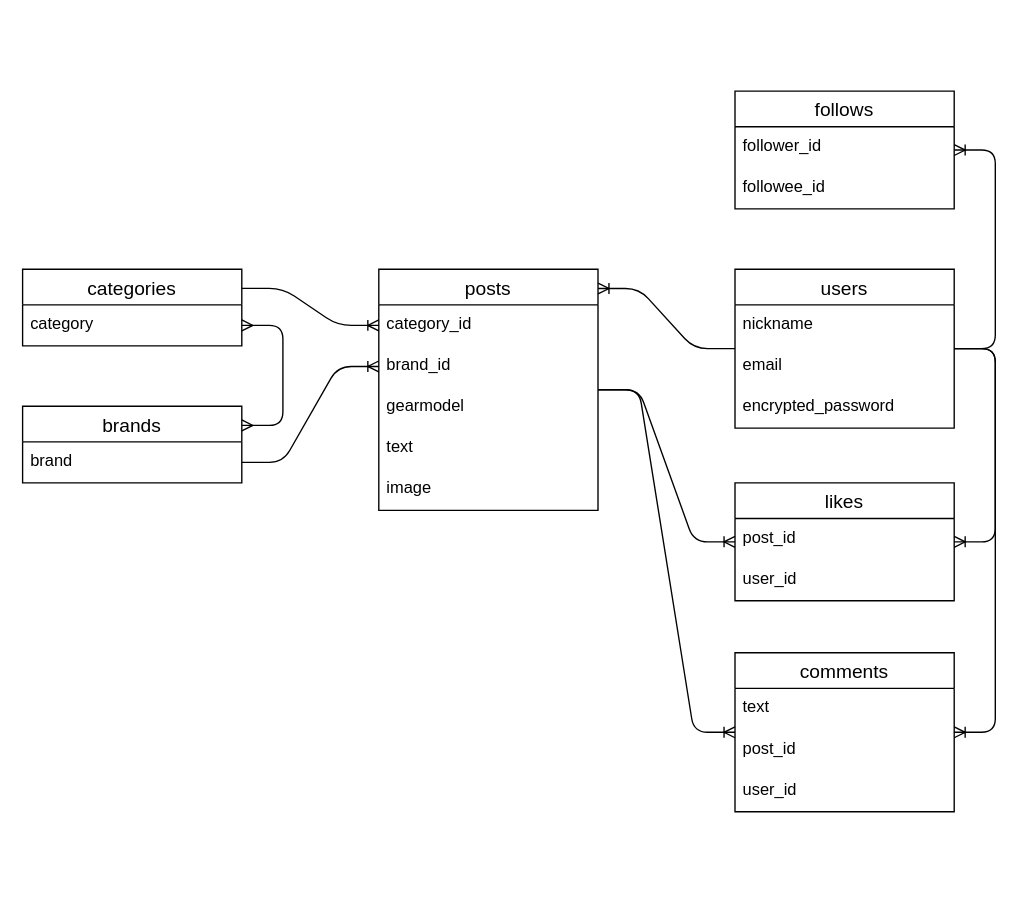
The draw.io diagram campfuel.dio in troymich123/camp-pro, before the edit. Source tidied: cells renumbered, new cells numbered last; positions are measured from the earlier drawing's top-left corner, leaving out a move shared by most shapes. Both pictures are drawn from the tidied source at 137%, with x=0, y=0 at pixel (22, 90).
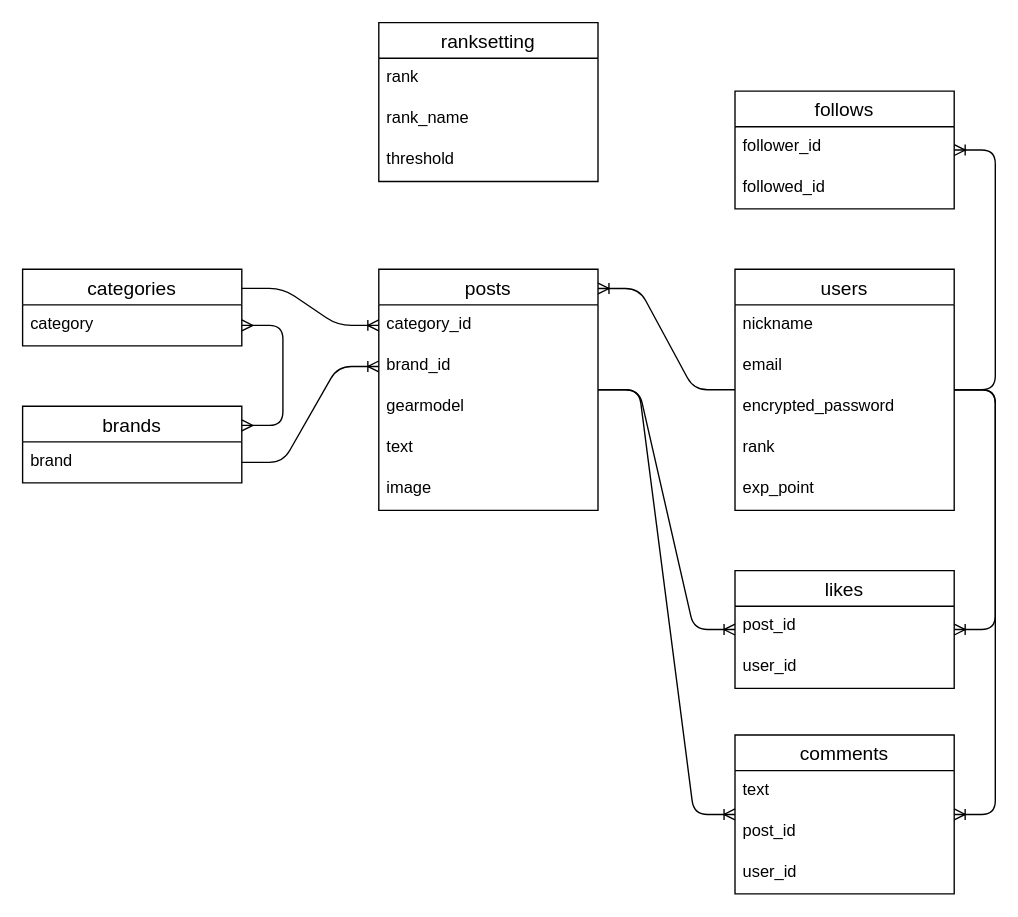
After the change.

Unchanged cells that the change refers to:
```xml
<mxCell id="31" value="follows" style="swimlane;fontStyle=0;horizontal=1;startSize=26;align=center;fontSize=14;" parent="1" vertex="1">
  <mxGeometry x="520" width="160" height="86" as="geometry" />
</mxCell>
```

The edit, as a diff of the source:
```diff
@@
     <mxCell id="8" value="users" style="swimlane;fontStyle=0;horizontal=1;startSize=26;align=center;fontSize=14;" parent="1" vertex="1">
-      <mxGeometry x="520" y="130" width="160" height="116" as="geometry" />
+      <mxGeometry x="520" y="130" width="160" height="176" as="geometry" />
     </mxCell>
@@
+    <mxCell id="35" value="rank" style="text;strokeColor=none;fillColor=none;spacingLeft=4;spacingRight=4;overflow=hidden;fontSize=12;" parent="8" vertex="1">
+      <mxGeometry y="116" width="160" height="30" as="geometry" />
+    </mxCell>
+    <mxCell id="36" value="exp_point" style="text;strokeColor=none;fillColor=none;spacingLeft=4;spacingRight=4;overflow=hidden;fontSize=12;" parent="8" vertex="1">
+      <mxGeometry y="146" width="160" height="30" as="geometry" />
+    </mxCell>
     <mxCell id="12" value="likes" style="swimlane;fontStyle=0;horizontal=1;startSize=26;align=center;fontSize=14;" parent="1" vertex="1">
-      <mxGeometry x="520" y="286" width="160" height="86" as="geometry" />
+      <mxGeometry x="520" y="350" width="160" height="86" as="geometry" />
     </mxCell>
@@
     <mxCell id="15" value="comments" style="swimlane;fontStyle=0;horizontal=1;startSize=26;align=center;fontSize=14;" parent="1" vertex="1">
-      <mxGeometry x="520" y="410" width="160" height="116" as="geometry" />
+      <mxGeometry x="520" y="470" width="160" height="116" as="geometry" />
     </mxCell>
@@
-    <mxCell id="33" value="followee_id" style="text;strokeColor=none;fillColor=none;spacingLeft=4;spacingRight=4;overflow=hidden;fontSize=12;" parent="31" vertex="1">
+    <mxCell id="33" value="followed_id" style="text;strokeColor=none;fillColor=none;spacingLeft=4;spacingRight=4;overflow=hidden;fontSize=12;" parent="31" vertex="1">
       <mxGeometry y="56" width="160" height="30" as="geometry" />
     </mxCell>
@@
+    <mxCell id="37" value="ranksetting" style="swimlane;fontStyle=0;horizontal=1;startSize=26;align=center;fontSize=14;" parent="1" vertex="1">
+      <mxGeometry x="260" y="-50" width="160" height="116" as="geometry" />
+    </mxCell>
+    <mxCell id="38" value="rank" style="text;strokeColor=none;fillColor=none;spacingLeft=4;spacingRight=4;overflow=hidden;fontSize=12;" parent="37" vertex="1">
+      <mxGeometry y="26" width="160" height="30" as="geometry" />
+    </mxCell>
+    <mxCell id="39" value="rank_name" style="text;strokeColor=none;fillColor=none;spacingLeft=4;spacingRight=4;overflow=hidden;fontSize=12;" parent="37" vertex="1">
+      <mxGeometry y="56" width="160" height="30" as="geometry" />
+    </mxCell>
+    <mxCell id="40" value="threshold" style="text;strokeColor=none;fillColor=none;spacingLeft=4;spacingRight=4;overflow=hidden;fontSize=12;" parent="37" vertex="1">
+      <mxGeometry y="86" width="160" height="30" as="geometry" />
+    </mxCell>
```
